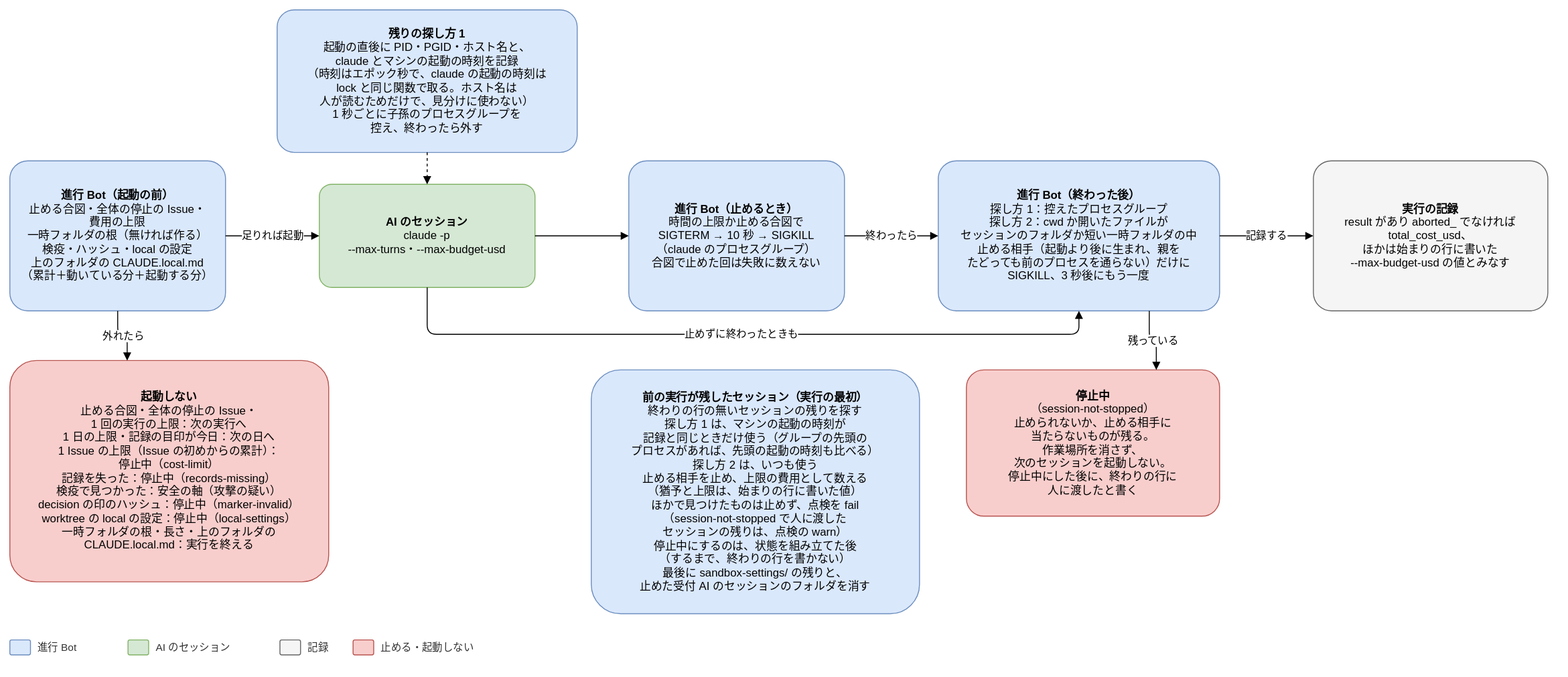
This is docs/design/basic/diagrams/03-stop-and-usage.drawio.svg from Joymerrevent/dev-autopilot, a draw.io export, as it was before one commit. Source tidied: cells renumbered, new cells last; positions are measured from the earlier drawing's top-left corner, leaving out a move shared by most shapes.
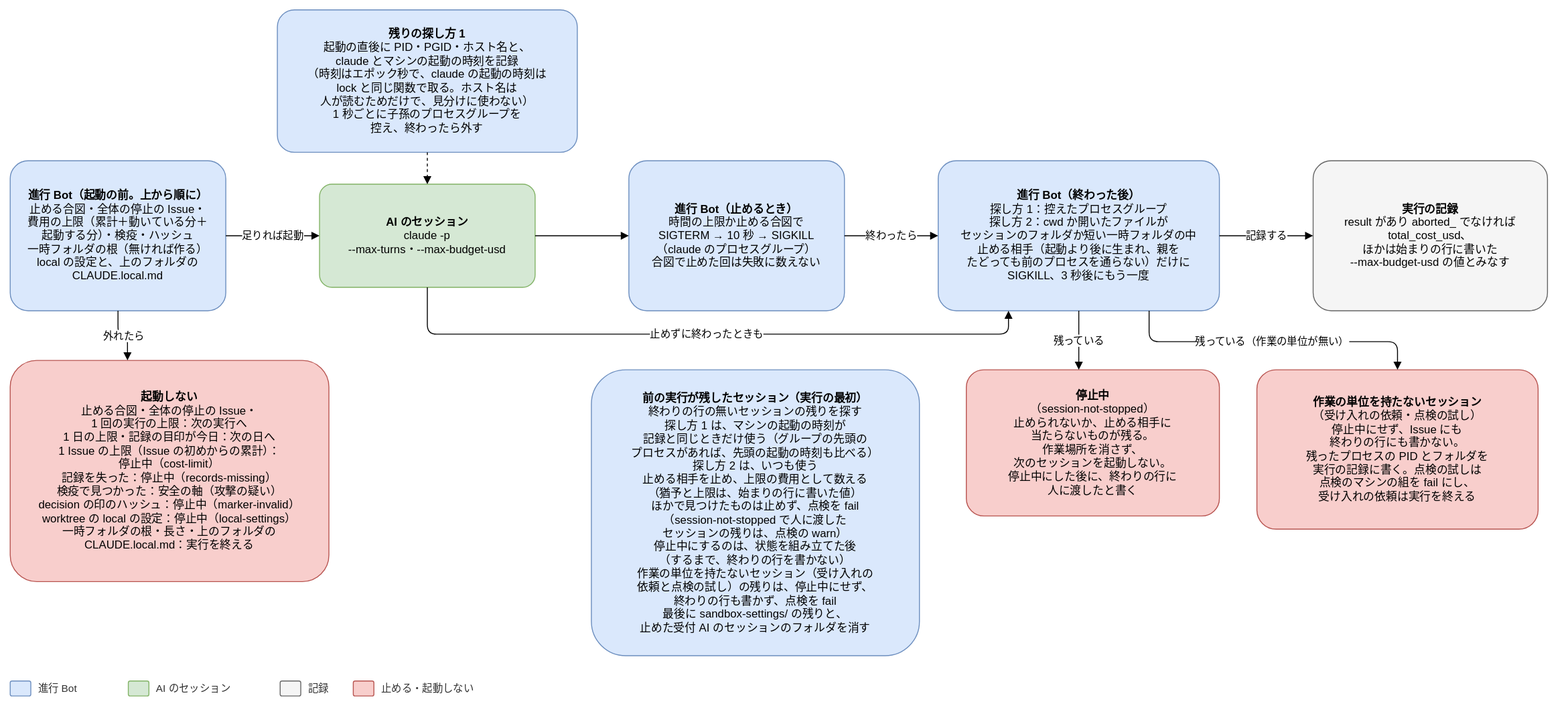
After the commit.

Change to the diagram source:
```diff
@@ -2,7 +2,7 @@
   <root>
     <mxCell id="0" />
     <mxCell id="1" parent="0" />
-    <mxCell id="2" value="&lt;b&gt;進行 Bot（起動の前）&lt;/b&gt;&lt;br&gt;止める合図・全体の停止の Issue・&lt;br&gt;費用の上限&lt;br&gt;一時フォルダの根（無ければ作る）&lt;br&gt;検疫・ハッシュ・local の設定&lt;br&gt;上のフォルダの CLAUDE.local.md&lt;br&gt;（累計＋動いている分＋起動する分）" style="rounded=1;whiteSpace=wrap;html=1;fontSize=12;arcSize=12;spacing=12;fillColor=#dae8fc;strokeColor=#6c8ebf;" parent="1" vertex="1">
+    <mxCell id="2" value="&lt;b&gt;進行 Bot（起動の前。上から順に）&lt;/b&gt;&lt;br&gt;止める合図・全体の停止の Issue・&lt;br&gt;費用の上限（累計＋動いている分＋&lt;br&gt;起動する分）・検疫・ハッシュ&lt;br&gt;一時フォルダの根（無ければ作る）&lt;br&gt;local の設定と、上のフォルダの&lt;br&gt;CLAUDE.local.md" style="rounded=1;whiteSpace=wrap;html=1;fontSize=12;arcSize=12;spacing=12;fillColor=#dae8fc;strokeColor=#6c8ebf;" parent="1" vertex="1">
       <mxGeometry y="161" width="230" height="160" as="geometry" />
     </mxCell>
     <mxCell id="3" value="&lt;b&gt;AI のセッション&lt;/b&gt;&lt;br&gt;claude -p&lt;br&gt;--max-turns・--max-budget-usd" style="rounded=1;whiteSpace=wrap;html=1;fontSize=12;arcSize=12;spacing=12;fillColor=#d5e8d4;strokeColor=#82b366;" parent="1" vertex="1">
@@ -29,11 +29,11 @@
     <mxCell id="10" value="終わったら" style="edgeStyle=orthogonalEdgeStyle;rounded=1;html=1;endArrow=block;endFill=1;fontSize=11;labelBackgroundColor=#ffffff;exitX=1;exitY=0.5;exitDx=0;exitDy=0;entryX=0;entryY=0.5;entryDx=0;entryDy=0;" parent="1" edge="1" source="7" target="9">
       <mxGeometry relative="1" as="geometry" />
     </mxCell>
-    <mxCell id="11" value="止めずに終わったときも" style="edgeStyle=orthogonalEdgeStyle;rounded=1;html=1;endArrow=block;endFill=1;fontSize=11;labelBackgroundColor=#ffffff;exitX=0.5;exitY=1;exitDx=0;exitDy=0;entryX=0.5;entryY=1;entryDx=0;entryDy=0;" parent="1" edge="1" source="3" target="9">
+    <mxCell id="11" value="止めずに終わったときも" style="edgeStyle=orthogonalEdgeStyle;rounded=1;html=1;endArrow=block;endFill=1;fontSize=11;labelBackgroundColor=#ffffff;exitX=0.5;exitY=1;exitDx=0;exitDy=0;entryX=0.25;entryY=1;entryDx=0;entryDy=0;" parent="1" edge="1" source="3" target="9">
       <mxGeometry relative="1" as="geometry">
         <Array as="points">
           <mxPoint x="445" y="346" />
-          <mxPoint x="1140" y="346" />
+          <mxPoint x="1065" y="346" />
         </Array>
       </mxGeometry>
     </mxCell>
@@ -46,9 +46,20 @@
     <mxCell id="14" value="&lt;b&gt;停止中&lt;/b&gt;&lt;br&gt;（session-not-stopped）&lt;br&gt;止められないか、止める相手に&lt;br&gt;当たらないものが残る。&lt;br&gt;作業場所を消さず、&lt;br&gt;次のセッションを起動しない。&lt;br&gt;停止中にした後に、終わりの行に&lt;br&gt;人に渡したと書く" style="rounded=1;whiteSpace=wrap;html=1;fontSize=12;arcSize=12;spacing=12;fillColor=#f8cecc;strokeColor=#b85450;" parent="1" vertex="1">
       <mxGeometry x="1020" y="384" width="270" height="156" as="geometry" />
     </mxCell>
-    <mxCell id="15" value="残っている" style="edgeStyle=orthogonalEdgeStyle;rounded=1;html=1;endArrow=block;endFill=1;fontSize=11;labelBackgroundColor=#ffffff;exitX=0.75;exitY=1;exitDx=0;exitDy=0;entryX=0.75;entryY=0;entryDx=0;entryDy=0;" parent="1" edge="1" source="9" target="14">
+    <mxCell id="15" value="残っている" style="edgeStyle=orthogonalEdgeStyle;rounded=1;html=1;endArrow=block;endFill=1;fontSize=11;labelBackgroundColor=#ffffff;exitX=0.5;exitY=1;exitDx=0;exitDy=0;entryX=0.4444;entryY=0;entryDx=0;entryDy=0;" parent="1" edge="1" source="9" target="14">
       <mxGeometry relative="1" as="geometry" />
     </mxCell>
+    <mxCell id="27" value="&lt;b&gt;作業の単位を持たないセッション&lt;/b&gt;&lt;br&gt;（受け入れの依頼・点検の試し）&lt;br&gt;停止中にせず、Issue にも&lt;br&gt;終わりの行にも書かない。&lt;br&gt;残ったプロセスの PID とフォルダを&lt;br&gt;実行の記録に書く。点検の試しは&lt;br&gt;点検のマシンの組を fail にし、&lt;br&gt;受け入れの依頼は実行を終える" style="rounded=1;whiteSpace=wrap;html=1;fontSize=12;arcSize=12;spacing=12;fillColor=#f8cecc;strokeColor=#b85450;" parent="1" vertex="1">
+      <mxGeometry x="1330" y="384" width="300" height="170" as="geometry" />
+    </mxCell>
+    <mxCell id="28" value="残っている（作業の単位が無い）" style="edgeStyle=orthogonalEdgeStyle;rounded=1;html=1;endArrow=block;endFill=1;fontSize=11;labelBackgroundColor=#ffffff;exitX=0.75;exitY=1;exitDx=0;exitDy=0;entryX=0.5;entryY=0;entryDx=0;entryDy=0;" parent="1" edge="1" source="9" target="27">
+      <mxGeometry relative="1" as="geometry">
+        <Array as="points">
+          <mxPoint x="1215" y="354" />
+          <mxPoint x="1480" y="354" />
+        </Array>
+      </mxGeometry>
+    </mxCell>
     <mxCell id="16" value="&lt;b&gt;起動しない&lt;/b&gt;&lt;br&gt;止める合図・全体の停止の Issue・&lt;br&gt;1 回の実行の上限：次の実行へ&lt;br&gt;1 日の上限・記録の目印が今日：次の日へ&lt;br&gt;1 Issue の上限（Issue の初めからの累計）：&lt;br&gt;停止中（cost-limit）&lt;br&gt;記録を失った：停止中（records-missing）&lt;br&gt;検疫で見つかった：安全の軸（攻撃の疑い）&lt;br&gt;decision の印のハッシュ：停止中（marker-invalid）&lt;br&gt;worktree の local の設定：停止中（local-settings）&lt;br&gt;一時フォルダの根・長さ・上のフォルダの&lt;br&gt;CLAUDE.local.md：実行を終える" style="rounded=1;whiteSpace=wrap;html=1;fontSize=12;arcSize=12;spacing=12;fillColor=#f8cecc;strokeColor=#b85450;" parent="1" vertex="1">
       <mxGeometry y="374" width="340" height="236" as="geometry" />
     </mxCell>
@@ -56,31 +67,31 @@
       <mxGeometry relative="1" as="geometry" />
     </mxCell>
     <mxCell id="18" style="rounded=1;whiteSpace=wrap;html=1;fontSize=12;arcSize=12;spacing=12;fillColor=#dae8fc;strokeColor=#6c8ebf;" parent="1" vertex="1">
-      <mxGeometry y="672" width="22" height="16" as="geometry" />
+      <mxGeometry y="716" width="22" height="16" as="geometry" />
     </mxCell>
     <mxCell id="19" value="進行 Bot" style="text;html=1;align=left;verticalAlign=middle;fontSize=11;fontColor=#333333;" parent="1" vertex="1">
-      <mxGeometry x="28" y="670" width="82" height="20" as="geometry" />
+      <mxGeometry x="28" y="714" width="82" height="20" as="geometry" />
     </mxCell>
     <mxCell id="20" style="rounded=1;whiteSpace=wrap;html=1;fontSize=12;arcSize=12;spacing=12;fillColor=#d5e8d4;strokeColor=#82b366;" parent="1" vertex="1">
-      <mxGeometry x="126" y="672" width="22" height="16" as="geometry" />
+      <mxGeometry x="126" y="716" width="22" height="16" as="geometry" />
     </mxCell>
     <mxCell id="21" value="AI のセッション" style="text;html=1;align=left;verticalAlign=middle;fontSize=11;fontColor=#333333;" parent="1" vertex="1">
-      <mxGeometry x="154" y="670" width="118" height="20" as="geometry" />
+      <mxGeometry x="154" y="714" width="118" height="20" as="geometry" />
     </mxCell>
     <mxCell id="22" style="rounded=1;whiteSpace=wrap;html=1;fontSize=12;arcSize=12;spacing=12;fillColor=#f5f5f5;strokeColor=#666666;" parent="1" vertex="1">
-      <mxGeometry x="288" y="672" width="22" height="16" as="geometry" />
+      <mxGeometry x="288" y="716" width="22" height="16" as="geometry" />
     </mxCell>
     <mxCell id="23" value="記録" style="text;html=1;align=left;verticalAlign=middle;fontSize=11;fontColor=#333333;" parent="1" vertex="1">
-      <mxGeometry x="316" y="670" width="34" height="20" as="geometry" />
+      <mxGeometry x="316" y="714" width="34" height="20" as="geometry" />
     </mxCell>
     <mxCell id="24" style="rounded=1;whiteSpace=wrap;html=1;fontSize=12;arcSize=12;spacing=12;fillColor=#f8cecc;strokeColor=#b85450;" parent="1" vertex="1">
-      <mxGeometry x="366" y="672" width="22" height="16" as="geometry" />
+      <mxGeometry x="366" y="716" width="22" height="16" as="geometry" />
     </mxCell>
     <mxCell id="25" value="止める・起動しない" style="text;html=1;align=left;verticalAlign=middle;fontSize=11;fontColor=#333333;" parent="1" vertex="1">
-      <mxGeometry x="394" y="670" width="118" height="20" as="geometry" />
+      <mxGeometry x="394" y="714" width="118" height="20" as="geometry" />
     </mxCell>
-    <mxCell id="26" value="&lt;b&gt;前の実行が残したセッション（実行の最初）&lt;/b&gt;&lt;br&gt;終わりの行の無いセッションの残りを探す&lt;br&gt;探し方 1 は、マシンの起動の時刻が&lt;br&gt;記録と同じときだけ使う（グループの先頭の&lt;br&gt;プロセスがあれば、先頭の起動の時刻も比べる）&lt;br&gt;探し方 2 は、いつも使う&lt;br&gt;止める相手を止め、上限の費用として数える&lt;br&gt;（猶予と上限は、始まりの行に書いた値）&lt;br&gt;ほかで見つけたものは止めず、点検を fail&lt;br&gt;（session-not-stopped で人に渡した&lt;br&gt;セッションの残りは、点検の warn）&lt;br&gt;停止中にするのは、状態を組み立てた後&lt;br&gt;（するまで、終わりの行を書かない）&lt;br&gt;最後に sandbox-settings/ の残りと、&lt;br&gt;止めた受付 AI のセッションのフォルダを消す" style="rounded=1;whiteSpace=wrap;html=1;fontSize=12;arcSize=12;spacing=12;fillColor=#dae8fc;strokeColor=#6c8ebf;" parent="1" vertex="1">
-      <mxGeometry x="620" y="384" width="350" height="260" as="geometry" />
+    <mxCell id="26" value="&lt;b&gt;前の実行が残したセッション（実行の最初）&lt;/b&gt;&lt;br&gt;終わりの行の無いセッションの残りを探す&lt;br&gt;探し方 1 は、マシンの起動の時刻が&lt;br&gt;記録と同じときだけ使う（グループの先頭の&lt;br&gt;プロセスがあれば、先頭の起動の時刻も比べる）&lt;br&gt;探し方 2 は、いつも使う&lt;br&gt;止める相手を止め、上限の費用として数える&lt;br&gt;（猶予と上限は、始まりの行に書いた値）&lt;br&gt;ほかで見つけたものは止めず、点検を fail&lt;br&gt;（session-not-stopped で人に渡した&lt;br&gt;セッションの残りは、点検の warn）&lt;br&gt;停止中にするのは、状態を組み立てた後&lt;br&gt;（するまで、終わりの行を書かない）&lt;br&gt;作業の単位を持たないセッション（受け入れの&lt;br&gt;依頼と点検の試し）の残りは、停止中にせず、&lt;br&gt;終わりの行も書かず、点検を fail&lt;br&gt;最後に sandbox-settings/ の残りと、&lt;br&gt;止めた受付 AI のセッションのフォルダを消す" style="rounded=1;whiteSpace=wrap;html=1;fontSize=12;arcSize=12;spacing=12;fillColor=#dae8fc;strokeColor=#6c8ebf;" parent="1" vertex="1">
+      <mxGeometry x="620" y="384" width="350" height="305" as="geometry" />
     </mxCell>
   </root>
 </mxGraphModel>
```
